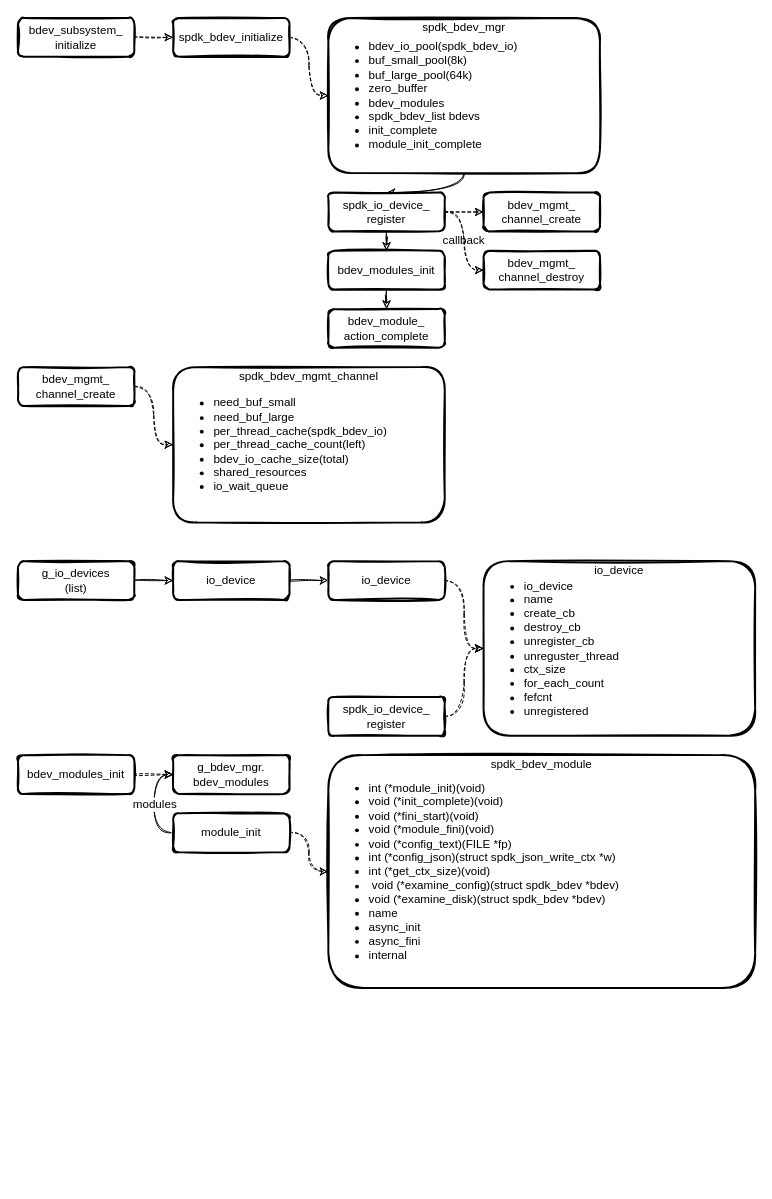
EarthWind/deeparch keeps this draw.io diagram as page "spdk_bdev" (1 of 5) of spdk/spdk_bdev.drawio. Above is the earlier version. Source tidied: cells renumbered, new cells numbered last; positions are measured from the earlier drawing's top-left corner, leaving out a move shared by most shapes. Both pictures are drawn from the tidied source at 97%, with x=0, y=0 at pixel (17, 17).
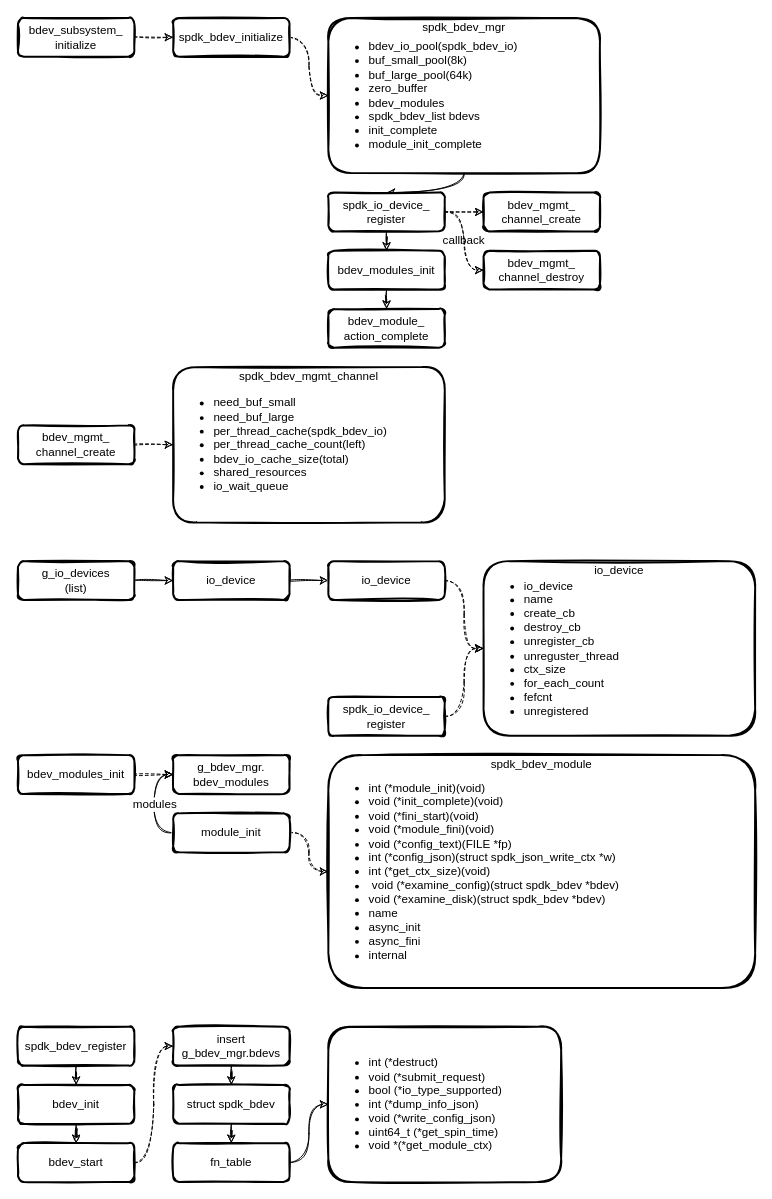
After the change.

Change to the diagram source:
```diff
@@
+    <mxCell id="46" style="rounded=1;whiteSpace=wrap;html=1;strokeWidth=2;fillWeight=4;hachureGap=8;hachureAngle=45;sketch=1;shadow=0;fontSize=12;fontColor=#000000;fillColor=#FFFFFF;" parent="1" vertex="1">
+      <mxGeometry x="320" y="1040" width="240" height="160" as="geometry" />
+    </mxCell>
@@
     <mxCell id="24" value="bdev_mgmt_&lt;br&gt;channel_create" style="rounded=1;whiteSpace=wrap;html=1;strokeWidth=2;fillWeight=4;hachureGap=8;hachureAngle=45;sketch=1;shadow=0;fontSize=12;fontColor=#000000;fillColor=#FFFFFF;" parent="1" vertex="1">
-      <mxGeometry y="360" width="120" height="40" as="geometry" />
+      <mxGeometry y="420" width="120" height="40" as="geometry" />
     </mxCell>
@@
+    <mxCell id="47" style="edgeStyle=orthogonalEdgeStyle;curved=1;rounded=0;sketch=1;jettySize=auto;html=1;dashed=1;startArrow=none;startFill=0;entryX=0;entryY=0.5;entryDx=0;entryDy=0;" parent="1" edge="1" source="48" target="50">
+      <mxGeometry relative="1" as="geometry" />
+    </mxCell>
+    <mxCell id="48" value="bdev_start" style="rounded=1;whiteSpace=wrap;html=1;strokeWidth=2;fillWeight=4;hachureGap=8;hachureAngle=45;sketch=1;shadow=0;fontSize=12;fontColor=#000000;fillColor=#FFFFFF;" parent="1" vertex="1">
+      <mxGeometry y="1160" width="120" height="40" as="geometry" />
+    </mxCell>
+    <mxCell id="49" style="edgeStyle=orthogonalEdgeStyle;curved=1;rounded=0;sketch=1;jettySize=auto;html=1;startArrow=none;startFill=0;" parent="1" edge="1" source="50" target="57">
+      <mxGeometry relative="1" as="geometry" />
+    </mxCell>
+    <mxCell id="50" value="insert&lt;br&gt;g_bdev_mgr.bdevs" style="rounded=1;whiteSpace=wrap;html=1;strokeWidth=2;fillWeight=4;hachureGap=8;hachureAngle=45;sketch=1;shadow=0;fontSize=12;fontColor=#000000;fillColor=#FFFFFF;" parent="1" vertex="1">
+      <mxGeometry x="160" y="1040" width="120" height="40" as="geometry" />
+    </mxCell>
+    <mxCell id="51" style="edgeStyle=orthogonalEdgeStyle;curved=1;rounded=0;sketch=1;jettySize=auto;html=1;entryX=0.5;entryY=0;entryDx=0;entryDy=0;startArrow=none;startFill=0;" parent="1" edge="1" source="52" target="48">
+      <mxGeometry relative="1" as="geometry" />
+    </mxCell>
+    <mxCell id="52" value="bdev_init" style="rounded=1;whiteSpace=wrap;html=1;strokeWidth=2;fillWeight=4;hachureGap=8;hachureAngle=45;sketch=1;shadow=0;fontSize=12;fontColor=#000000;fillColor=#FFFFFF;" parent="1" vertex="1">
+      <mxGeometry y="1100" width="120" height="40" as="geometry" />
+    </mxCell>
+    <mxCell id="53" style="edgeStyle=orthogonalEdgeStyle;curved=1;rounded=0;sketch=1;jettySize=auto;html=1;entryX=0.5;entryY=0;entryDx=0;entryDy=0;startArrow=none;startFill=0;" parent="1" edge="1" source="54" target="52">
+      <mxGeometry relative="1" as="geometry" />
+    </mxCell>
+    <mxCell id="54" value="spdk_bdev_register" style="rounded=1;whiteSpace=wrap;html=1;strokeWidth=2;fillWeight=4;hachureGap=8;hachureAngle=45;sketch=1;shadow=0;fontSize=12;fontColor=#000000;fillColor=#FFFFFF;" parent="1" vertex="1">
+      <mxGeometry y="1040" width="120" height="40" as="geometry" />
+    </mxCell>
+    <mxCell id="55" value="&lt;ul&gt;&lt;li&gt;int (*destruct)&lt;br&gt;&lt;/li&gt;&lt;li&gt;void (*submit_request)&lt;br&gt;&lt;/li&gt;&lt;li&gt;bool (*io_type_supported)&lt;br&gt;&lt;/li&gt;&lt;li&gt;int (*dump_info_json)&lt;br&gt;&lt;/li&gt;&lt;li&gt;void (*write_config_json)&lt;br&gt;&lt;/li&gt;&lt;li&gt;uint64_t (*get_spin_time)&lt;br&gt;&lt;/li&gt;&lt;li&gt;void *(*get_module_ctx)&lt;br&gt;&lt;/li&gt;&lt;/ul&gt;" style="text;strokeColor=none;fillColor=none;html=1;whiteSpace=wrap;verticalAlign=middle;overflow=hidden;shadow=0;sketch=1;fillWeight=1;hachureGap=4;fontSize=12;fontColor=#000000;" parent="1" vertex="1">
+      <mxGeometry x="320" y="1040" width="240" height="160" as="geometry" />
+    </mxCell>
+    <mxCell id="56" style="edgeStyle=orthogonalEdgeStyle;curved=1;rounded=0;sketch=1;jettySize=auto;html=1;entryX=0.5;entryY=0;entryDx=0;entryDy=0;startArrow=none;startFill=0;" parent="1" edge="1" source="57" target="59">
+      <mxGeometry relative="1" as="geometry" />
+    </mxCell>
+    <mxCell id="57" value="struct spdk_bdev" style="rounded=1;whiteSpace=wrap;html=1;strokeWidth=2;fillWeight=4;hachureGap=8;hachureAngle=45;sketch=1;shadow=0;fontSize=12;fontColor=#000000;fillColor=#FFFFFF;" parent="1" vertex="1">
+      <mxGeometry x="160" y="1100" width="120" height="40" as="geometry" />
+    </mxCell>
+    <mxCell id="58" style="edgeStyle=orthogonalEdgeStyle;curved=1;rounded=0;sketch=1;jettySize=auto;html=1;startArrow=none;startFill=0;" parent="1" edge="1" source="59" target="55">
+      <mxGeometry relative="1" as="geometry" />
+    </mxCell>
+    <mxCell id="59" value="fn_table" style="rounded=1;whiteSpace=wrap;html=1;strokeWidth=2;fillWeight=4;hachureGap=8;hachureAngle=45;sketch=1;shadow=0;fontSize=12;fontColor=#000000;fillColor=#FFFFFF;" parent="1" vertex="1">
+      <mxGeometry x="160" y="1160" width="120" height="40" as="geometry" />
+    </mxCell>
```
